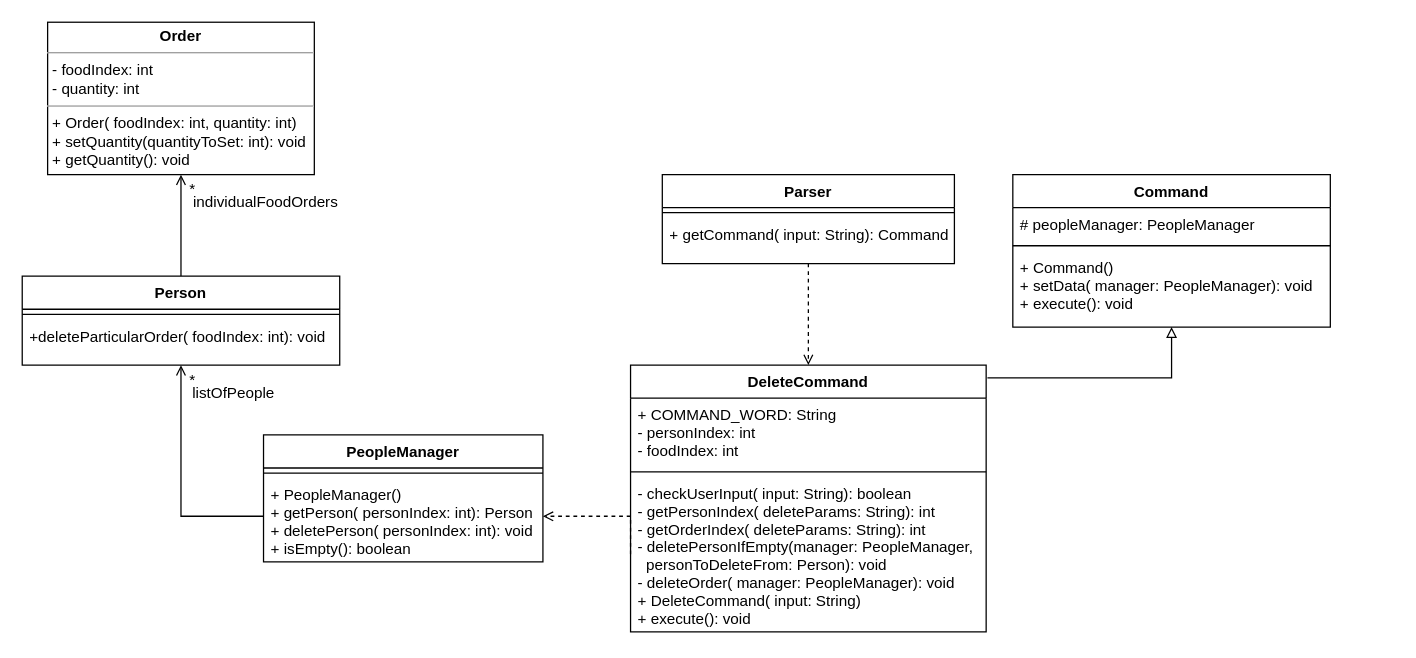
Before: UMLdiagrams/DeleteCommandDiagram/DeleteCommand Diagram.drawio in thaddyyz/tp, a draw.io diagram. Source tidied: cells renumbered, new cells numbered last; positions are measured from the earlier drawing's top-left corner, leaving out a move shared by most shapes. Both pictures are drawn from the tidied source at 127%, with x=0, y=0 at pixel (22, 22).
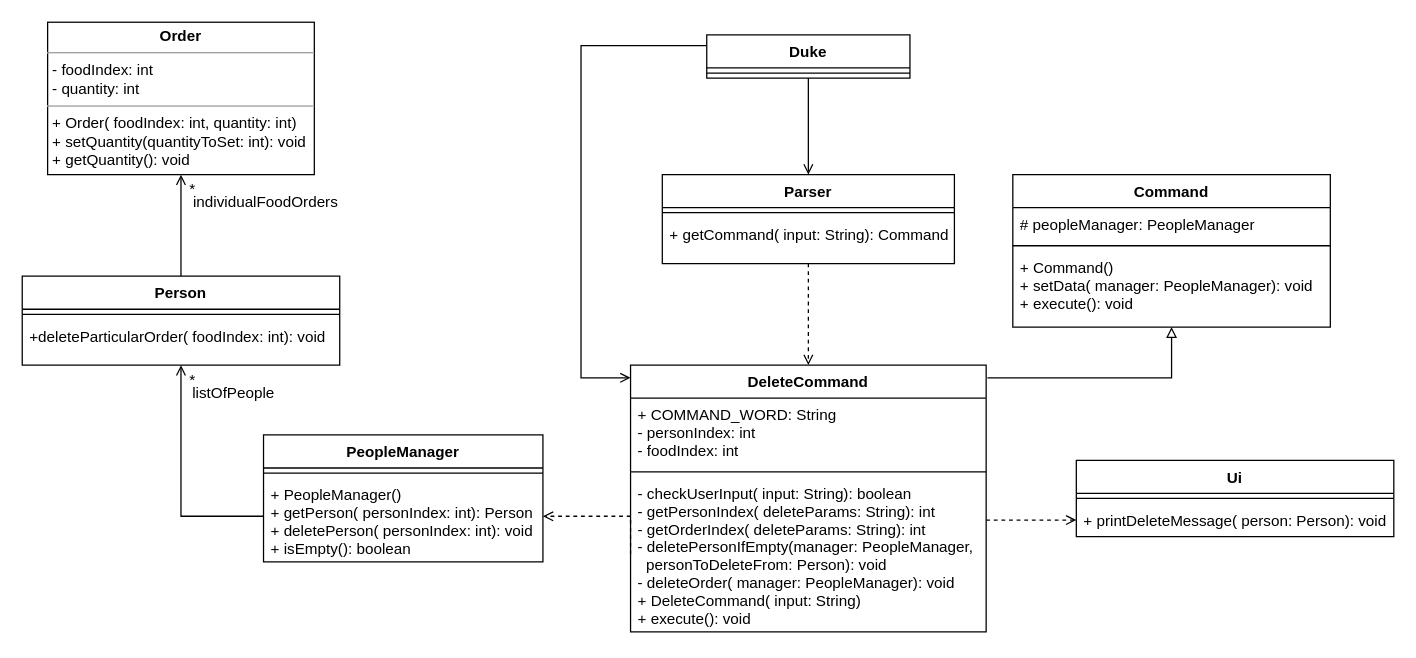
The same page after the edit.

Unchanged cells that the change refers to:
```xml
<mxCell id="21" value="Parser" style="swimlane;fontStyle=1;align=center;verticalAlign=top;horizontal=1;startSize=26;rounded=0;shadow=0;strokeWidth=1;" parent="1" vertex="1">
  <mxGeometry x="504" y="120" width="230" height="70" as="geometry" />
</mxCell>
```

Diff of the diagram source:
```diff
@@
+    <mxCell id="29" style="edgeStyle=orthogonalEdgeStyle;rounded=0;jettySize=auto;html=1;exitX=0.5;exitY=1;exitDx=0;exitDy=0;entryX=0.5;entryY=0;entryDx=0;entryDy=0;endArrow=open;endFill=0;" parent="1" edge="1" source="31" target="21">
+      <mxGeometry relative="1" as="geometry" />
+    </mxCell>
+    <mxCell id="30" style="edgeStyle=orthogonalEdgeStyle;rounded=0;jettySize=auto;html=1;exitX=0;exitY=0.25;exitDx=0;exitDy=0;endArrow=open;endFill=0;" parent="1" edge="1" source="31">
+      <mxGeometry relative="1" as="geometry">
+        <mxPoint x="479" y="280" as="targetPoint" />
+        <Array as="points">
+          <mxPoint x="440" y="19" />
+          <mxPoint x="440" y="280" />
+        </Array>
+      </mxGeometry>
+    </mxCell>
+    <mxCell id="31" value="Duke" style="swimlane;fontStyle=1;align=center;verticalAlign=top;horizontal=1;startSize=26;" parent="1" vertex="1">
+      <mxGeometry x="539" y="10" width="160" height="34" as="geometry" />
+    </mxCell>
+    <mxCell id="32" style="line;strokeWidth=1;fillColor=none;align=left;verticalAlign=middle;spacingTop=-1;spacingLeft=3;spacingRight=3;labelPosition=right;" parent="31" vertex="1">
+      <mxGeometry y="26" width="160" height="8" as="geometry" />
+    </mxCell>
+    <mxCell id="33" value="Ui" style="swimlane;fontStyle=1;align=center;verticalAlign=top;horizontal=1;startSize=26;" parent="1" vertex="1">
+      <mxGeometry x="830" y="345" width="250" height="60" as="geometry" />
+    </mxCell>
+    <mxCell id="34" style="line;strokeWidth=1;fillColor=none;align=left;verticalAlign=middle;spacingTop=-1;spacingLeft=3;spacingRight=3;labelPosition=right;" parent="33" vertex="1">
+      <mxGeometry y="26" width="250" height="8" as="geometry" />
+    </mxCell>
+    <mxCell id="35" value="+ printDeleteMessage( person: Person): void" style="text;strokeColor=none;fillColor=none;align=left;verticalAlign=top;spacingLeft=4;spacingRight=4;overflow=hidden;points=[[0,0.5],[1,0.5]];portConstraint=eastwest;" parent="33" vertex="1">
+      <mxGeometry y="34" width="250" height="26" as="geometry" />
+    </mxCell>
+    <mxCell id="36" style="edgeStyle=orthogonalEdgeStyle;rounded=0;jettySize=auto;html=1;entryX=0;entryY=0.5;entryDx=0;entryDy=0;endArrow=open;endFill=0;dashed=1;" parent="1" edge="1" target="35">
+      <mxGeometry relative="1" as="geometry">
+        <mxPoint x="759" y="392" as="sourcePoint" />
+        <Array as="points">
+          <mxPoint x="759" y="392" />
+        </Array>
+      </mxGeometry>
+    </mxCell>
```
